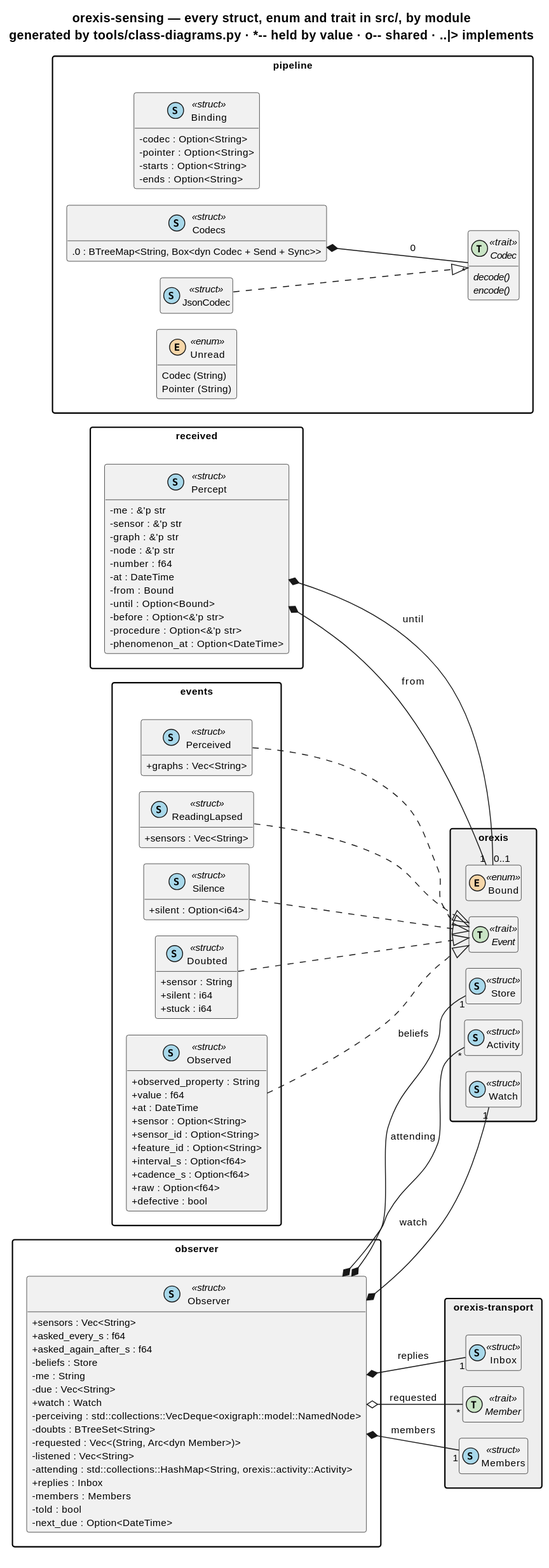
Above: knowledge/diagrams/package-orexis-sensing.svg in ShishkinDmitriy/orexis (PlantUML), before the change.
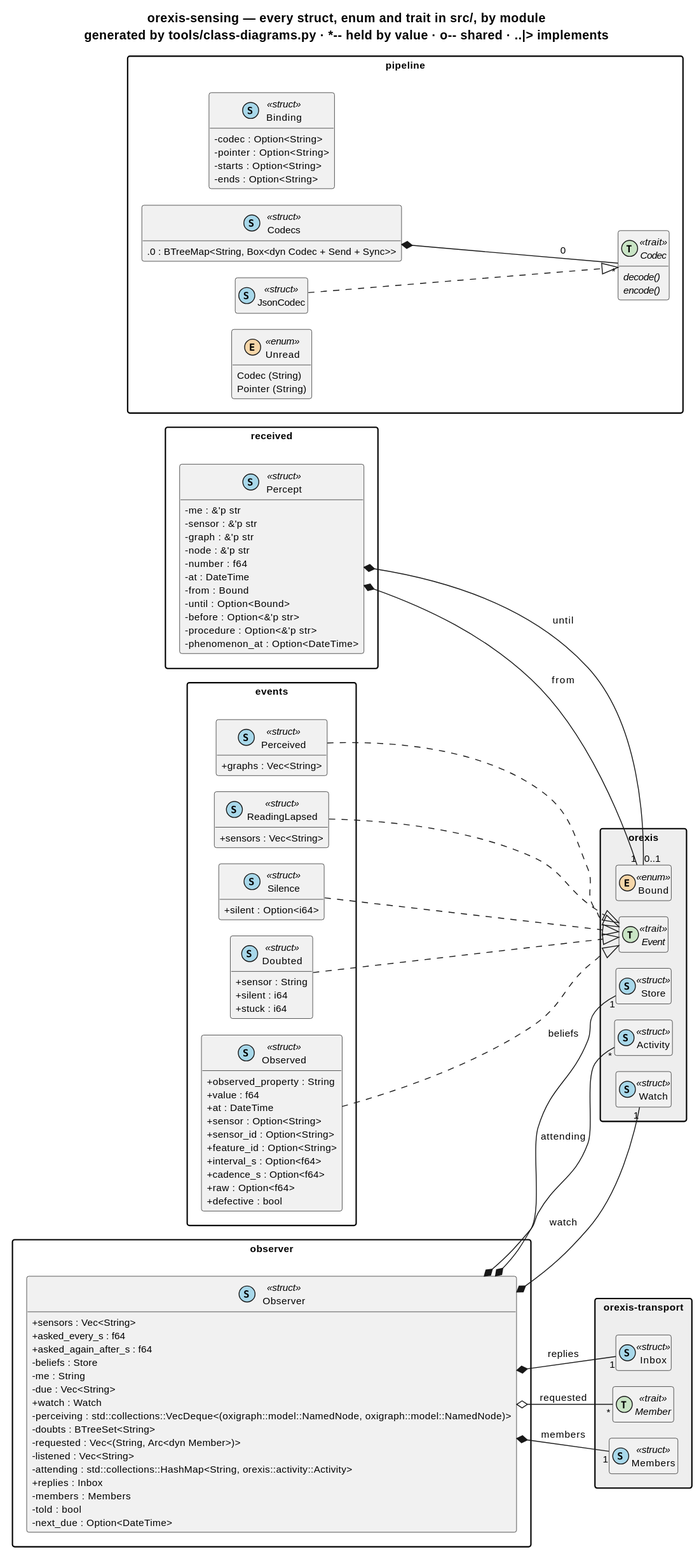
Above is the later version.

Diff of the diagram source:
```diff
@@ -45,7 +45,7 @@
     {field} -me : String
     {field} -due : Vec<String>
     {field} +watch : Watch
-    {field} -perceiving : std::collections::VecDeque<oxigraph::model::NamedNode>
+    {field} -perceiving : std::collections::VecDeque<(oxigraph::model::NamedNode, oxigraph::model::NamedNode)>
     {field} -doubts : BTreeSet<String>
     {field} -requested : Vec<(String, Arc<dyn Member>)>
     {field} -listened : Vec<String>
```
